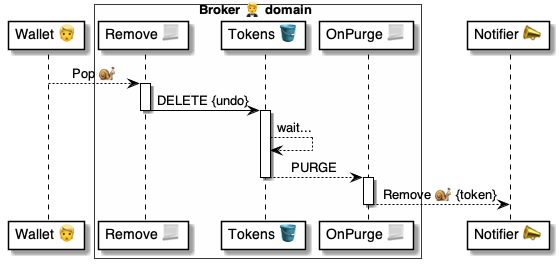
Earlier version of the PlantUML export 4 ⚙️ Solution/20 🧑‍🦰 UI/Brokers 🤵/🤵🪣 Broker tables/Tokens 🎫 table/OnTokenPurged 🔔/🤵 OnTokenPurged ⚙️ uml.png (pollyweb-org/pollyweb-docs). Its source is kept beside it as 4 ⚙️ Solution/20 🧑‍🦰 UI/Brokers 🤵/🤵🪣 Broker tables/Tokens 🎫 table/OnTokenPurged 🔔/🤵 OnTokenPurged ⚙️ uml.puml. Source of this version:
```plantuml
@startuml Tokens@Broker

participant "Wallet 👱" as wallet

box Broker 🤵 domain #FFFFFA
    participant "Remove 📃" as remove
    participant "Tokens 🪣" as tokens
    participant "OnPurge 📃" as purge
end box

participant "Notifier 📣" as notifier

wallet --> remove: Pop 🐌

activate remove
    remove -> tokens: DELETE {undo}
deactivate remove

activate tokens
    tokens --> tokens: wait...
    tokens --> purge: PURGE
deactivate tokens

activate purge
    purge --> notifier: Remove 🐌 {token}
deactivate purge

@enduml
```
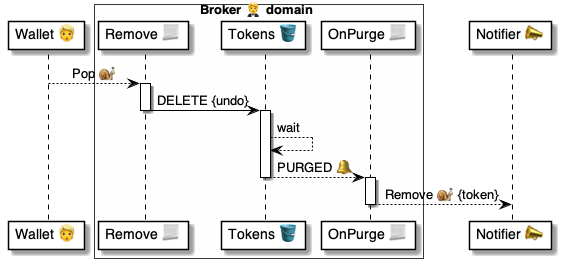
The same file after the commit.

The edit, as a diff of the source:
```diff
@@ -1,4 +1,4 @@
-@startuml Tokens@Broker
+@startuml OnTokenPurged
 
 participant "Wallet 👱" as wallet
 
@@ -17,8 +17,8 @@
 deactivate remove
 
 activate tokens
-    tokens --> tokens: wait...
-    tokens --> purge: PURGE
+    tokens --> tokens: wait
+    tokens --> purge: PURGED 🔔
 deactivate tokens
 
 activate purge
```
